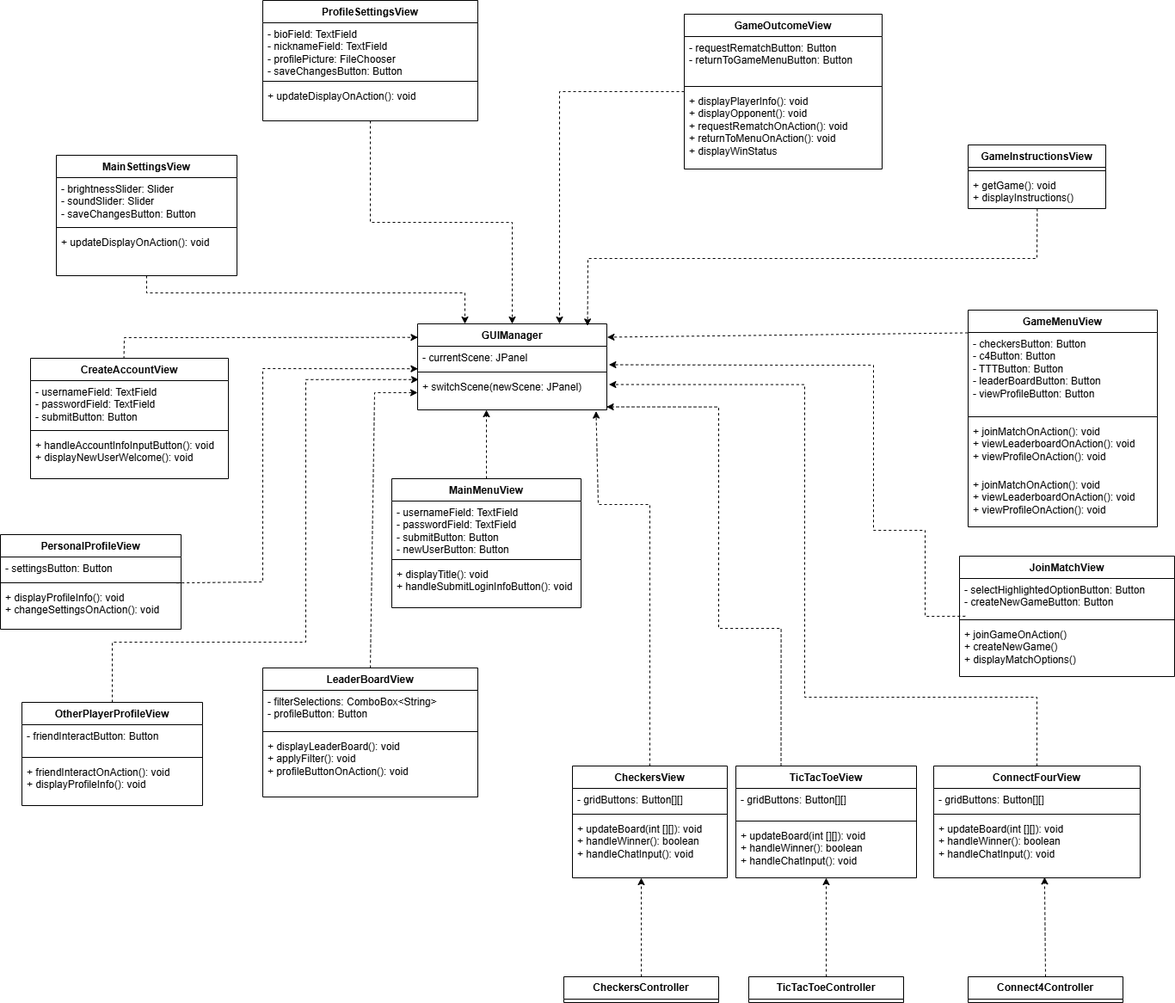
Before: GUI_documents/GUI_structure_diagram.png, a diagram exported from draw.io (illiteratewaffle/RetroArcade). Source tidied: cells renumbered, new cells last; positions are measured from the earlier drawing's top-left corner, leaving out a move shared by most shapes.
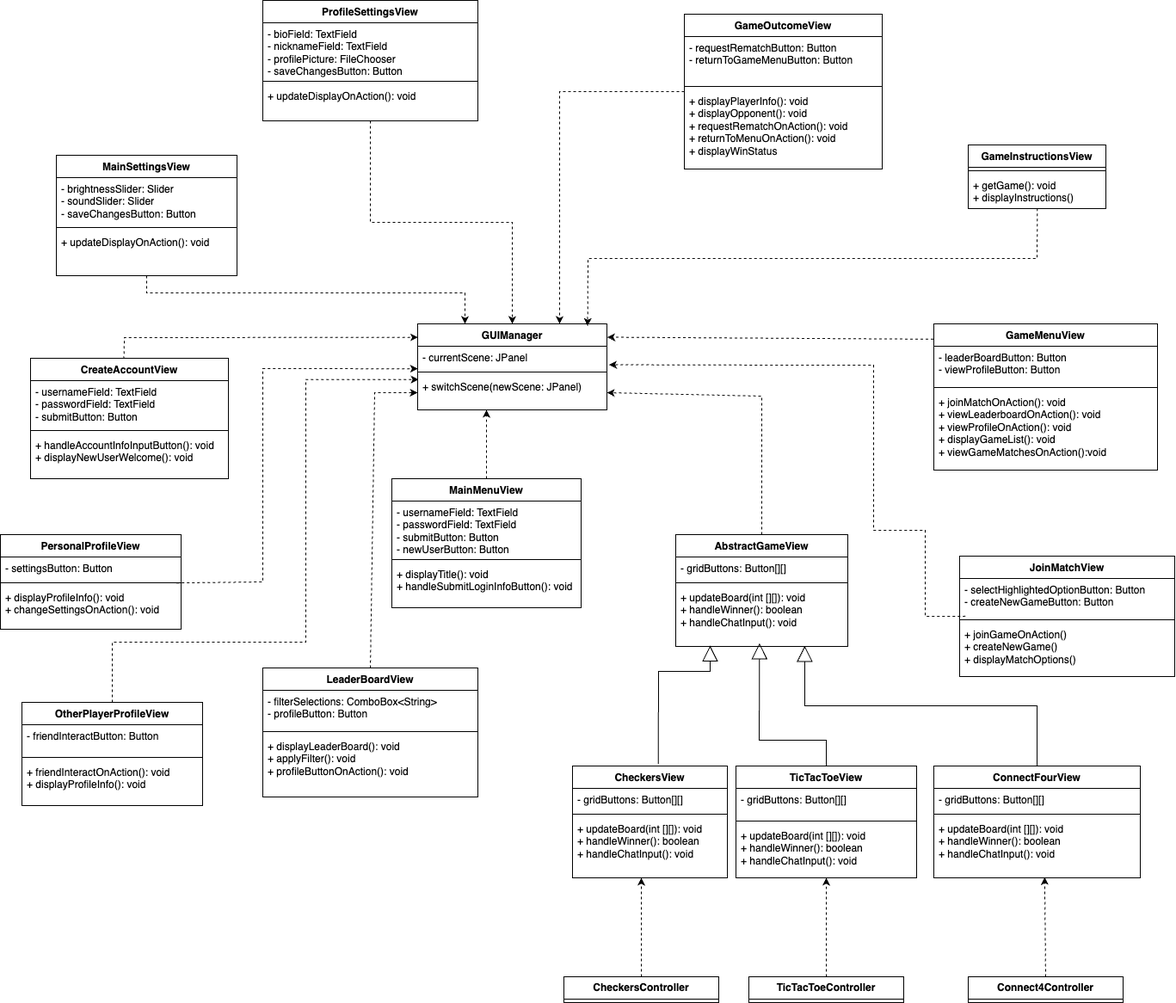
Above is the later version.

Commit message:
Edited the GUI structure diagram based on feedback. Added an abstract game view class and a method that displays the games, removing hard coding of buttons.

Diff of the diagram source:
```diff
@@ -31,15 +31,6 @@
     <mxCell id="10" value="&lt;div&gt;+ updateBoard(int [][]): void&lt;/div&gt;&lt;div&gt;&lt;span style=&quot;background-color: transparent; color: light-dark(rgb(0, 0, 0), rgb(255, 255, 255));&quot;&gt;+ handleWinner(): boolean&lt;/span&gt;&lt;/div&gt;&lt;div&gt;+ handleChatInput(): void&lt;/div&gt;" style="text;strokeColor=none;fillColor=none;align=left;verticalAlign=top;spacingLeft=4;spacingRight=4;overflow=hidden;whiteSpace=wrap;html=1;" parent="7" vertex="1">
       <mxGeometry y="60" width="180" height="70" as="geometry" />
     </mxCell>
-    <mxCell id="11" style="edgeStyle=orthogonalEdgeStyle;rounded=0;jettySize=auto;html=1;entryX=0.998;entryY=0.913;entryDx=0;entryDy=0;entryPerimeter=0;exitX=0.25;exitY=0;exitDx=0;exitDy=0;dashed=1;" parent="1" edge="1" source="12" target="5">
-      <mxGeometry relative="1" as="geometry">
-        <Array as="points">
-          <mxPoint x="908" y="730" />
-          <mxPoint x="835" y="730" />
-          <mxPoint x="835" y="473" />
-        </Array>
-      </mxGeometry>
-    </mxCell>
     <mxCell id="12" value="TicTacToeView" style="swimlane;fontStyle=1;align=center;verticalAlign=top;horizontal=1;startSize=26;whiteSpace=wrap;html=1;" parent="1" vertex="1">
       <mxGeometry x="855" y="890" width="210" height="130" as="geometry" />
     </mxCell>
@@ -52,15 +43,6 @@
     <mxCell id="15" value="&lt;div&gt;+ updateBoard(int [][]): void&lt;/div&gt;&lt;div&gt;&lt;span style=&quot;background-color: transparent; color: light-dark(rgb(0, 0, 0), rgb(255, 255, 255));&quot;&gt;+ handleWinner(): boolean&lt;/span&gt;&lt;/div&gt;&lt;div&gt;+ handleChatInput(): void&lt;/div&gt;" style="text;strokeColor=none;fillColor=none;align=left;verticalAlign=top;spacingLeft=4;spacingRight=4;overflow=hidden;whiteSpace=wrap;html=1;" parent="12" vertex="1">
       <mxGeometry y="68" width="210" height="62" as="geometry" />
     </mxCell>
-    <mxCell id="16" style="edgeStyle=orthogonalEdgeStyle;rounded=0;jettySize=auto;html=1;entryX=1.011;entryY=0.263;entryDx=0;entryDy=0;entryPerimeter=0;exitX=0.5;exitY=0;exitDx=0;exitDy=0;dashed=1;" parent="1" edge="1" source="17" target="5">
-      <mxGeometry relative="1" as="geometry">
-        <Array as="points">
-          <mxPoint x="1205" y="810" />
-          <mxPoint x="935" y="810" />
-          <mxPoint x="935" y="447" />
-        </Array>
-      </mxGeometry>
-    </mxCell>
     <mxCell id="17" value="ConnectFourView" style="swimlane;fontStyle=1;align=center;verticalAlign=top;horizontal=1;startSize=26;whiteSpace=wrap;html=1;" parent="1" vertex="1">
       <mxGeometry x="1085" y="890" width="240" height="130" as="geometry" />
     </mxCell>
@@ -203,20 +185,17 @@
       <mxGeometry y="88" width="230" height="52" as="geometry" />
     </mxCell>
     <mxCell id="59" value="GameMenuView" style="swimlane;fontStyle=1;align=center;verticalAlign=top;horizontal=1;startSize=26;whiteSpace=wrap;html=1;" parent="1" vertex="1">
-      <mxGeometry x="1125" y="360" width="220" height="252" as="geometry" />
+      <mxGeometry x="1085" y="376" width="260" height="170" as="geometry" />
     </mxCell>
-    <mxCell id="60" value="- checkersButton: Button&lt;div&gt;- c4Button: Button&lt;/div&gt;&lt;div&gt;- TTTButton: Button&lt;/div&gt;&lt;div&gt;- leaderBoardButton: Button&lt;/div&gt;&lt;div&gt;- viewProfileButton: Button&lt;/div&gt;&lt;div&gt;&amp;nbsp;&amp;nbsp;&lt;/div&gt;" style="text;strokeColor=none;fillColor=none;align=left;verticalAlign=top;spacingLeft=4;spacingRight=4;overflow=hidden;whiteSpace=wrap;html=1;" parent="59" vertex="1">
-      <mxGeometry y="26" width="220" height="94" as="geometry" />
+    <mxCell id="60" value="&lt;div&gt;- leaderBoardButton: Button&lt;/div&gt;&lt;div&gt;- viewProfileButton: Button&lt;/div&gt;&lt;div&gt;&amp;nbsp;&lt;/div&gt;" style="text;strokeColor=none;fillColor=none;align=left;verticalAlign=top;spacingLeft=4;spacingRight=4;overflow=hidden;whiteSpace=wrap;html=1;" parent="59" vertex="1">
+      <mxGeometry y="26" width="260" height="44" as="geometry" />
     </mxCell>
     <mxCell id="61" style="line;strokeWidth=1;fillColor=none;align=left;verticalAlign=middle;spacingTop=-1;spacingLeft=3;spacingRight=3;labelPosition=right;strokeColor=inherit;" parent="59" vertex="1">
-      <mxGeometry y="120" width="220" height="8" as="geometry" />
+      <mxGeometry y="70" width="260" height="8" as="geometry" />
     </mxCell>
-    <mxCell id="62" value="&lt;div&gt;+ joinMatchOnAction(): void&lt;/div&gt;&lt;div&gt;+ viewLeaderboardOnAction(): void&lt;/div&gt;&lt;div&gt;+ viewProfileOnAction(): void&lt;/div&gt;" style="text;strokeColor=none;fillColor=none;align=left;verticalAlign=top;spacingLeft=4;spacingRight=4;overflow=hidden;whiteSpace=wrap;html=1;" parent="59" vertex="1">
-      <mxGeometry y="128" width="220" height="62" as="geometry" />
+    <mxCell id="62" value="&lt;div&gt;+ joinMatchOnAction(): void&lt;/div&gt;&lt;div&gt;+ viewLeaderboardOnAction(): void&lt;/div&gt;&lt;div&gt;+ viewProfileOnAction(): void&lt;/div&gt;&lt;div&gt;+ displayGameList(): void&lt;/div&gt;&lt;div&gt;+ viewGameMatchesOnAction():void&lt;/div&gt;" style="text;strokeColor=none;fillColor=none;align=left;verticalAlign=top;spacingLeft=4;spacingRight=4;overflow=hidden;whiteSpace=wrap;html=1;" parent="59" vertex="1">
+      <mxGeometry y="78" width="260" height="92" as="geometry" />
     </mxCell>
-    <mxCell id="63" value="&lt;div&gt;+ joinMatchOnAction(): void&lt;/div&gt;&lt;div&gt;+ viewLeaderboardOnAction(): void&lt;/div&gt;&lt;div&gt;+ viewProfileOnAction(): void&lt;/div&gt;" style="text;strokeColor=none;fillColor=none;align=left;verticalAlign=top;spacingLeft=4;spacingRight=4;overflow=hidden;whiteSpace=wrap;html=1;" parent="59" vertex="1">
-      <mxGeometry y="190" width="220" height="62" as="geometry" />
-    </mxCell>
     <mxCell id="64" value="JoinMatchView" style="swimlane;fontStyle=1;align=center;verticalAlign=top;horizontal=1;startSize=26;whiteSpace=wrap;html=1;" parent="1" vertex="1">
       <mxGeometry x="1115" y="646" width="250" height="140" as="geometry" />
     </mxCell>
@@ -284,14 +263,6 @@
     <mxCell id="79" value="&lt;b&gt;CheckersController&lt;/b&gt;" style="swimlane;fontStyle=0;horizontal=1;startSize=26;fillColor=none;whiteSpace=wrap;html=1;" parent="1" vertex="1">
       <mxGeometry x="655" y="1135" width="180" height="30" as="geometry" />
     </mxCell>
-    <mxCell id="80" style="endArrow=classic;html=1;rounded=0;exitX=0.5;exitY=0;exitDx=0;exitDy=0;entryX=0.943;entryY=1.038;entryDx=0;entryDy=0;entryPerimeter=0;dashed=1;" parent="1" edge="1" source="7" target="5">
-      <mxGeometry relative="1" as="geometry">
-        <Array as="points">
-          <mxPoint x="755" y="586" />
-          <mxPoint x="695" y="586" />
-        </Array>
-      </mxGeometry>
-    </mxCell>
     <mxCell id="81" style="endArrow=classic;html=1;rounded=0;entryX=0.898;entryY=0.023;entryDx=0;entryDy=0;exitX=0.502;exitY=0.996;exitDx=0;exitDy=0;exitPerimeter=0;dashed=1;entryPerimeter=0;" parent="1" edge="1" source="28" target="2">
       <mxGeometry relative="1" as="geometry">
         <Array as="points">
@@ -301,5 +272,49 @@
         </Array>
       </mxGeometry>
     </mxCell>
+    <mxCell id="82" value="AbstractGameView" style="swimlane;fontStyle=1;align=center;verticalAlign=top;horizontal=1;startSize=26;whiteSpace=wrap;html=1;" parent="1" vertex="1">
+      <mxGeometry x="785" y="621" width="200" height="130" as="geometry" />
+    </mxCell>
+    <mxCell id="83" value="- gridButtons: Button[][]" style="text;strokeColor=none;fillColor=none;align=left;verticalAlign=top;spacingLeft=4;spacingRight=4;overflow=hidden;whiteSpace=wrap;html=1;" parent="82" vertex="1">
+      <mxGeometry y="26" width="200" height="26" as="geometry" />
+    </mxCell>
+    <mxCell id="84" style="line;strokeWidth=1;fillColor=none;align=left;verticalAlign=middle;spacingTop=-1;spacingLeft=3;spacingRight=3;labelPosition=right;strokeColor=inherit;" parent="82" vertex="1">
+      <mxGeometry y="52" width="200" height="8" as="geometry" />
+    </mxCell>
+    <mxCell id="85" value="&lt;div&gt;+ updateBoard(int [][]): void&lt;/div&gt;&lt;div&gt;&lt;span style=&quot;background-color: transparent; color: light-dark(rgb(0, 0, 0), rgb(255, 255, 255));&quot;&gt;+ handleWinner(): boolean&lt;/span&gt;&lt;/div&gt;&lt;div&gt;+ handleChatInput(): void&lt;/div&gt;" style="text;strokeColor=none;fillColor=none;align=left;verticalAlign=top;spacingLeft=4;spacingRight=4;overflow=hidden;points=[[0,0.5],[1,0.5]];portConstraint=eastwest;whiteSpace=wrap;html=1;" parent="82" vertex="1">
+      <mxGeometry y="60" width="200" height="70" as="geometry" />
+    </mxCell>
+    <mxCell id="86" style="endArrow=classic;html=1;rounded=0;entryX=1;entryY=0.5;entryDx=0;entryDy=0;exitX=0.5;exitY=0;exitDx=0;exitDy=0;dashed=1;" parent="1" edge="1" source="82" target="5">
+      <mxGeometry relative="1" as="geometry">
+        <Array as="points">
+          <mxPoint x="885" y="460" />
+        </Array>
+      </mxGeometry>
+    </mxCell>
+    <mxCell id="87" style="endArrow=block;endSize=16;endFill=0;html=1;rounded=0;exitX=0.5;exitY=0;exitDx=0;exitDy=0;entryX=0.487;entryY=0.948;entryDx=0;entryDy=0;entryPerimeter=0;" parent="1" edge="1" source="12" target="85">
+      <mxGeometry relative="1" as="geometry">
+        <Array as="points">
+          <mxPoint x="960" y="860" />
+          <mxPoint x="882" y="860" />
+        </Array>
+      </mxGeometry>
+    </mxCell>
+    <mxCell id="88" style="endArrow=block;endSize=16;endFill=0;html=1;rounded=0;exitX=0.554;exitY=-0.02;exitDx=0;exitDy=0;exitPerimeter=0;" parent="1" edge="1" source="7">
+      <mxGeometry relative="1" as="geometry">
+        <mxPoint x="825" y="750" as="targetPoint" />
+        <Array as="points">
+          <mxPoint x="765" y="780" />
+          <mxPoint x="825" y="780" />
+        </Array>
+      </mxGeometry>
+    </mxCell>
+    <mxCell id="89" style="endArrow=block;endSize=16;endFill=0;html=1;rounded=0;entryX=0.75;entryY=0.99;entryDx=0;entryDy=0;entryPerimeter=0;exitX=0.5;exitY=0;exitDx=0;exitDy=0;" parent="1" edge="1" source="17" target="85">
+      <mxGeometry relative="1" as="geometry">
+        <Array as="points">
+          <mxPoint x="1205" y="820" />
+          <mxPoint x="935" y="820" />
+        </Array>
+      </mxGeometry>
+    </mxCell>
   </root>
 </mxGraphModel>
```
